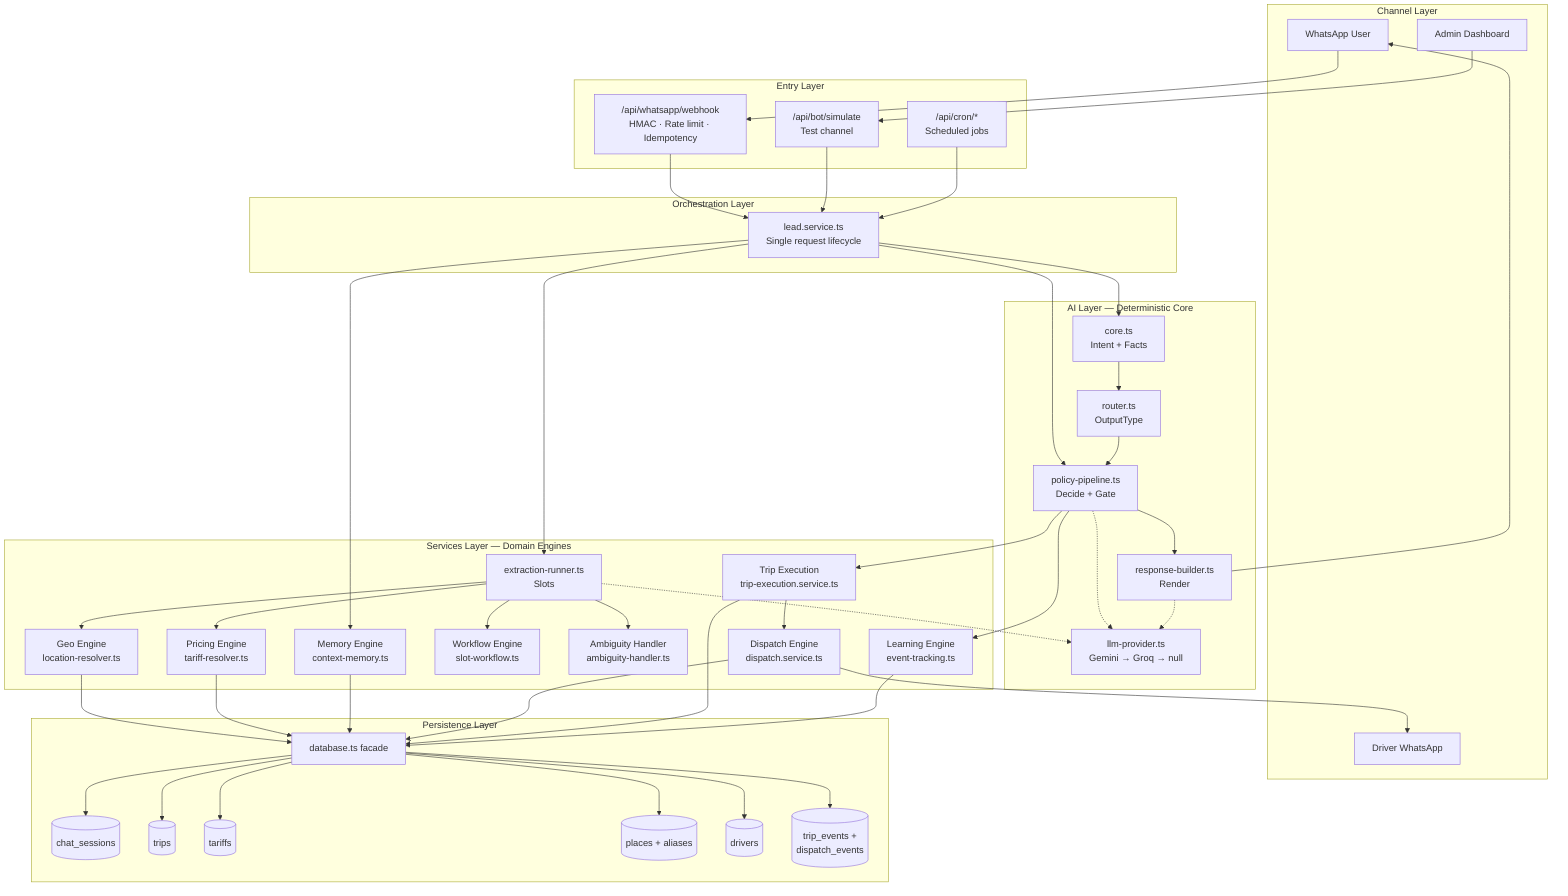
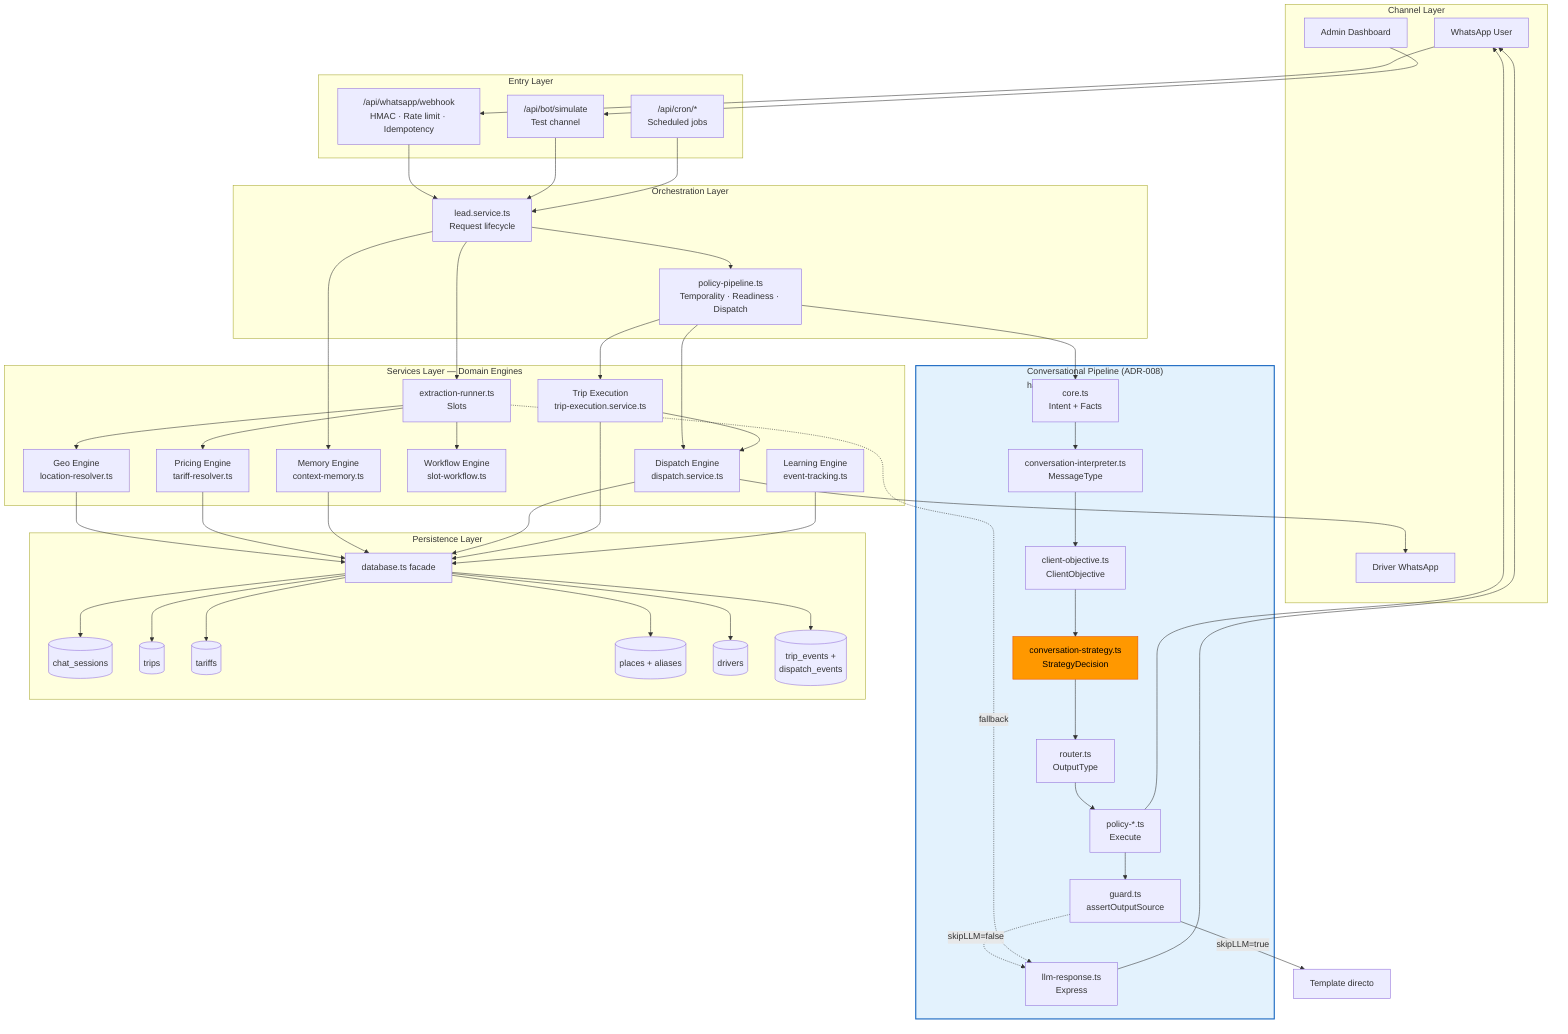
flowchart TB
    subgraph Channel["Channel Layer"]
        WA["WhatsApp User"]
        Driver["Driver WhatsApp"]
        Admin["Admin Dashboard"]
    end

    subgraph Entry["Entry Layer"]
        Webhook["/api/whatsapp/webhook<br/>HMAC · Rate limit · Idempotency"]
        Simulate["/api/bot/simulate<br/>Test channel"]
        Cron["/api/cron/*<br/>Scheduled jobs"]
    end

    subgraph Orchestration["Orchestration Layer"]
-         Lead["lead.service.ts<br/>Single request lifecycle"]
+         Lead["lead.service.ts<br/>Request lifecycle"]
+         PPolicy["policy-pipeline.ts<br/>Temporality · Readiness · Dispatch"]
    end

-     subgraph AI["AI Layer — Deterministic Core"]
+     subgraph Conversation["Conversational Pipeline (ADR-008)<br/>handler.ts"]
        Core["core.ts<br/>Intent + Facts"]
+         CI["conversation-interpreter.ts<br/>MessageType"]
+         CO["client-objective.ts<br/>ClientObjective"]
+         SD["conversation-strategy.ts<br/>StrategyDecision"]
        Router["router.ts<br/>OutputType"]
-         Policy["policy-pipeline.ts<br/>Decide + Gate"]
-         ResponseBuilder["response-builder.ts<br/>Render"]
-         LLM["llm-provider.ts<br/>Gemini → Groq → null"]
+         Policy["policy-*.ts<br/>Execute"]
+         LLM["llm-response.ts<br/>Express"]
+         Guard["guard.ts<br/>assertOutputSource"]
    end

    subgraph Services["Services Layer — Domain Engines"]
        Extraction["extraction-runner.ts<br/>Slots"]
        Geo["Geo Engine<br/>location-resolver.ts"]
        Pricing["Pricing Engine<br/>tariff-resolver.ts"]
        Memory["Memory Engine<br/>context-memory.ts"]
        Workflow["Workflow Engine<br/>slot-workflow.ts"]
-         Ambiguity["Ambiguity Handler<br/>ambiguity-handler.ts"]
        Dispatch["Dispatch Engine<br/>dispatch.service.ts"]
        Trip["Trip Execution<br/>trip-execution.service.ts"]
        Learning["Learning Engine<br/>event-tracking.ts"]
    end

    subgraph Persistence["Persistence Layer"]
        DB["database.ts facade"]
        ChatSessions[(chat_sessions)]
        Trips[(trips)]
        Tariffs[(tariffs)]
        Places[(places + aliases)]
        Drivers[(drivers)]
        Events[(trip_events +<br/>dispatch_events)]
    end

    WA --> Webhook
    Admin --> Simulate
    Webhook --> Lead
    Simulate --> Lead
    Cron --> Lead

-     Lead --> Core
    Lead --> Extraction
    Lead --> Memory
-     Lead --> Policy
+     Lead --> PPolicy

-     Core --> Router
+     PPolicy --> Core
+ 
+     Core --> CI
+     CI --> CO
+     CO --> SD
+     SD --> Router
    Router --> Policy
+     Policy --> Guard
+     Guard -.->|skipLLM=false| LLM
+     Guard -->|skipLLM=true| Template["Template directo"]

    Extraction --> Geo
    Extraction --> Pricing
    Extraction --> Workflow
-     Extraction --> Ambiguity
-     Extraction -.-> LLM
+     Extraction -.->|fallback| LLM

-     Policy --> ResponseBuilder
-     Policy --> Trip
-     Policy --> Learning
-     Policy -.-> LLM
+     PPolicy --> Dispatch
+     PPolicy --> Trip

    Trip --> Dispatch
    Dispatch --> Driver

-     ResponseBuilder -.-> LLM
-     ResponseBuilder --> WA
+     Policy --> WA
+     LLM --> WA

    Geo --> DB
    Pricing --> DB
    Memory --> DB
    Dispatch --> DB
    Trip --> DB
    Learning --> DB

    DB --> ChatSessions
    DB --> Trips
    DB --> Tariffs
    DB --> Places
    DB --> Drivers
    DB --> Events
+ 
+     style SD fill:#ff9800,stroke:#e65100,color:#000
+     style Conversation stroke:#1565c0,stroke-width:2px,fill:#e3f2fd
